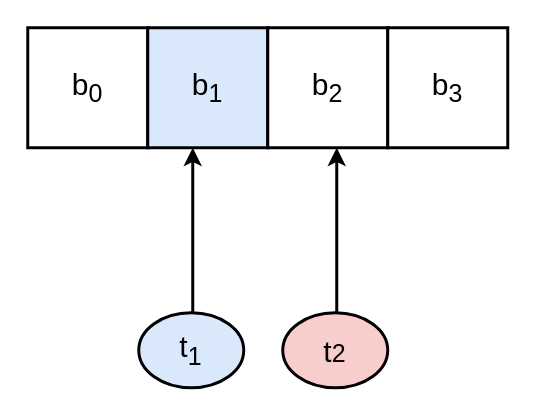
The draw.io diagram deadlock.drawio in HustDsy/Picture, before the edit. Source tidied: cells renumbered, new cells numbered last; positions are measured from the earlier drawing's top-left corner, leaving out a move shared by most shapes. Both pictures are drawn from the tidied source at 150%, with x=0, y=0 at pixel (27, 27).
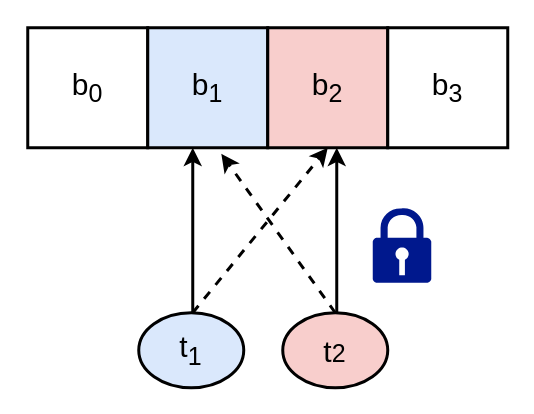
After the change.

What changed in the source:
```diff
@@
 <mxGraphModel>
   <root>
     <mxCell id="0" />
     <mxCell id="1" parent="0" />
     <mxCell id="2" value="&lt;font style=&quot;font-size: 20px&quot;&gt;b&lt;sub&gt;0&lt;/sub&gt;&lt;/font&gt;" style="whiteSpace=wrap;html=1;strokeWidth=2;" parent="1" vertex="1">
       <mxGeometry width="80" height="80" as="geometry" />
     </mxCell>
     <mxCell id="3" value="&lt;font style=&quot;font-size: 20px&quot;&gt;b&lt;sub&gt;1&lt;/sub&gt;&lt;/font&gt;" style="whiteSpace=wrap;html=1;strokeWidth=2;fillColor=#DAE8FC;" parent="1" vertex="1">
       <mxGeometry x="80" width="80" height="80" as="geometry" />
     </mxCell>
-    <mxCell id="4" value="&lt;font style=&quot;font-size: 20px&quot;&gt;b&lt;sub&gt;2&lt;/sub&gt;&lt;/font&gt;" style="whiteSpace=wrap;html=1;strokeWidth=2;" parent="1" vertex="1">
+    <mxCell id="4" value="&lt;font style=&quot;font-size: 20px&quot;&gt;b&lt;sub&gt;2&lt;/sub&gt;&lt;/font&gt;" style="whiteSpace=wrap;html=1;strokeWidth=2;fillColor=#f8cecc;" parent="1" vertex="1">
       <mxGeometry x="160" width="80" height="80" as="geometry" />
     </mxCell>
     <mxCell id="5" value="&lt;font style=&quot;font-size: 20px&quot;&gt;b&lt;sub&gt;3&lt;/sub&gt;&lt;/font&gt;" style="whiteSpace=wrap;html=1;strokeWidth=2;" parent="1" vertex="1">
       <mxGeometry x="240" width="80" height="80" as="geometry" />
     </mxCell>
     <mxCell id="6" style="endArrow=classic;html=1;strokeWidth=2;" parent="1" edge="1">
       <mxGeometry relative="1" as="geometry">
         <mxPoint x="110" y="190" as="sourcePoint" />
         <mxPoint x="110" y="80" as="targetPoint" />
       </mxGeometry>
     </mxCell>
     <mxCell id="7" value="&lt;font style=&quot;font-size: 20px&quot;&gt;t&lt;sub&gt;1&lt;/sub&gt;&lt;/font&gt;" style="ellipse;whiteSpace=wrap;html=1;strokeWidth=2;fillColor=#dae8fc;" parent="1" vertex="1">
       <mxGeometry x="74" y="190" width="70" height="50" as="geometry" />
     </mxCell>
     <mxCell id="8" style="endArrow=classic;html=1;strokeWidth=2;" parent="1" edge="1">
       <mxGeometry relative="1" as="geometry">
         <mxPoint x="206" y="190" as="sourcePoint" />
         <mxPoint x="206" y="80" as="targetPoint" />
       </mxGeometry>
     </mxCell>
     <mxCell id="9" value="&lt;span style=&quot;font-size: 20px&quot;&gt;t&lt;/span&gt;&lt;span style=&quot;font-size: 16.6667px&quot;&gt;2&lt;/span&gt;" style="ellipse;whiteSpace=wrap;html=1;strokeWidth=2;fillColor=#f8cecc;" parent="1" vertex="1">
       <mxGeometry x="170" y="190" width="70" height="50" as="geometry" />
     </mxCell>
+    <mxCell id="10" style="endArrow=classic;html=1;strokeWidth=2;entryX=0.5;entryY=1;entryDx=0;entryDy=0;dashed=1;" parent="1" edge="1" target="4">
+      <mxGeometry relative="1" as="geometry">
+        <mxPoint x="110" y="190" as="sourcePoint" />
+      </mxGeometry>
+    </mxCell>
+    <mxCell id="11" style="endArrow=classic;html=1;dashed=1;strokeWidth=2;exitX=0.5;exitY=0;exitDx=0;exitDy=0;entryX=0.613;entryY=1.05;entryDx=0;entryDy=0;entryPerimeter=0;" parent="1" edge="1" source="9" target="3">
+      <mxGeometry relative="1" as="geometry" />
+    </mxCell>
+    <mxCell id="12" style="shadow=0;dashed=0;html=1;strokeColor=none;labelPosition=center;verticalLabelPosition=bottom;verticalAlign=top;align=center;fillColor=#00188D;shape=mxgraph.mscae.enterprise.lock;" parent="1" vertex="1">
+      <mxGeometry x="230" y="120" width="39" height="50" as="geometry" />
+    </mxCell>
   </root>
 </mxGraphModel>
```
